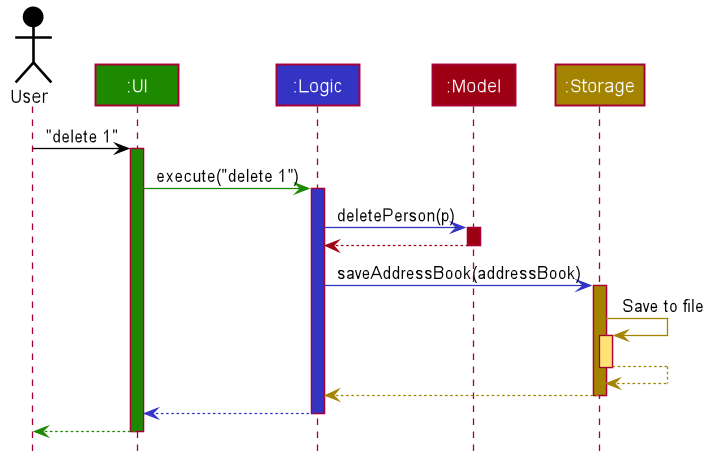
nus-cs2103-AY2122S1/tp keeps this PlantUML diagram as docs/images/ArchitectureSequenceDiagram.png. Above is the earlier version.
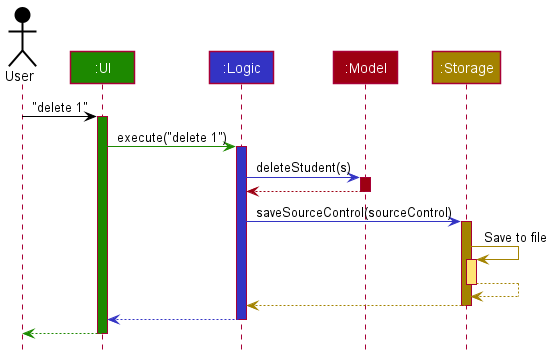
After the change.

The edit, as a diff of the source:
```diff
@@ -1,85 +1,38 @@
 @startuml
+!include style.puml
 
+Actor User as user USER_COLOR
+Participant ":UI" as ui UI_COLOR
+Participant ":Logic" as logic LOGIC_COLOR
+Participant ":Model" as model MODEL_COLOR
+Participant ":Storage" as storage STORAGE_COLOR
 
+user -[USER_COLOR]> ui : "delete 1"
+activate ui UI_COLOR
 
+ui -[UI_COLOR]> logic : execute("delete 1")
+activate logic LOGIC_COLOR
 
+logic -[LOGIC_COLOR]> model : deleteStudent(s)
+activate model MODEL_COLOR
 
-
-
-
-skinparam BackgroundColor #FFFFFFF
-
-skinparam Shadowing false
-
-skinparam Class {
-    FontColor #FFFFFF
-    BorderThickness 1
-    BorderColor #FFFFFF
-    StereotypeFontColor #FFFFFF
-    FontName Arial
-}
-
-skinparam Actor {
-    BorderColor #000000
-    Color #000000
-    FontName Arial
-}
-
-skinparam Sequence {
-    MessageAlign center
-    BoxFontSize 15
-    BoxPadding 0
-    BoxFontColor #FFFFFF
-    FontName Arial
-}
-
-skinparam Participant {
-    FontColor #FFFFFFF
-    Padding 20
-}
-
-skinparam MinClassWidth 50
-skinparam ParticipantPadding 10
-skinparam Shadowing false
-skinparam DefaultTextAlignment center
-skinparam packageStyle Rectangle
-
-hide footbox
-hide members
-hide circle
-
-Actor User as user #000000
-Participant ":UI" as ui #1D8900
-Participant ":Logic" as logic #3333C4
-Participant ":Model" as model #9D0012
-Participant ":Storage" as storage #A38300
-
-user -[#000000]> ui : "delete 1"
-activate ui #1D8900
-
-ui -[#1D8900]> logic : execute("delete 1")
-activate logic #3333C4
-
-logic -[#3333C4]> model : deletePerson(p)
-activate model #9D0012
-
-model -[#9D0012]-> logic
+model -[MODEL_COLOR]-> logic
 deactivate model
 
-logic -[#3333C4]> storage : saveAddressBook(addressBook)
-activate storage #A38300
+logic -[LOGIC_COLOR]> storage : saveSourceControl(sourceControl)
+activate storage STORAGE_COLOR
 
-storage -[#A38300]> storage : Save to file
-activate storage #FFE374
-storage --[#A38300]> storage
+storage -[STORAGE_COLOR]> storage : Save to file
+activate storage STORAGE_COLOR_T1
+storage --[STORAGE_COLOR]> storage
 deactivate storage
 
-storage --[#A38300]> logic
+storage --[STORAGE_COLOR]> logic
 deactivate storage
 
-logic --[#3333C4]> ui
+logic --[LOGIC_COLOR]> ui
 deactivate logic
 
-ui--[#1D8900]> user
+ui--[UI_COLOR]> user
 deactivate ui
 @enduml
```
